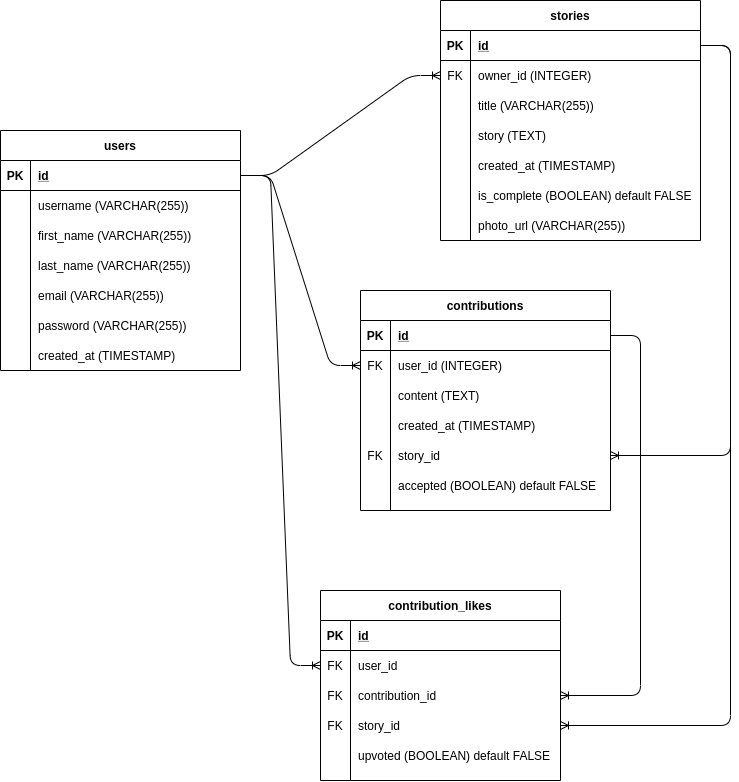
This is ERD.png from RongxinZhang/story-creator, a draw.io export, as it was before one commit. Source tidied: cells renumbered, new cells last; positions are measured from the earlier drawing's top-left corner, leaving out a move shared by most shapes.
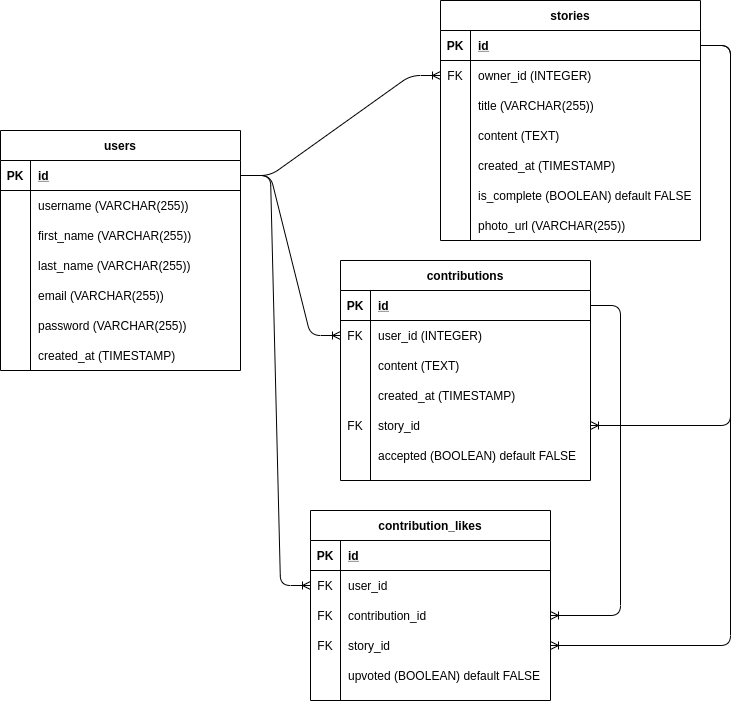
The same file after the commit.

Diff of the diagram source:
```diff
@@ -122,7 +122,7 @@
     <mxCell id="41" style="shape=partialRectangle;fillColor=none;top=0;left=0;bottom=0;right=0;overflow=hidden;" parent="40" vertex="1">
       <mxGeometry width="30" height="30" as="geometry" />
     </mxCell>
-    <mxCell id="42" value="story (TEXT)" style="shape=partialRectangle;fillColor=none;top=0;left=0;bottom=0;right=0;align=left;spacingLeft=6;overflow=hidden;" parent="40" vertex="1">
+    <mxCell id="42" value="content (TEXT)" style="shape=partialRectangle;fillColor=none;top=0;left=0;bottom=0;right=0;align=left;spacingLeft=6;overflow=hidden;" parent="40" vertex="1">
       <mxGeometry x="30" width="230" height="30" as="geometry" />
     </mxCell>
     <mxCell id="43" style="shape=partialRectangle;fillColor=none;top=0;left=0;bottom=0;right=0;" parent="30" vertex="1">
@@ -153,7 +153,7 @@
       <mxGeometry x="30" width="230" height="30" as="geometry" />
     </mxCell>
     <mxCell id="52" value="contributions" style="shape=table;startSize=30;rowLines=0;fontStyle=1;align=center;" parent="1" vertex="1">
-      <mxGeometry x="360" y="290" width="250" height="220" as="geometry" />
+      <mxGeometry x="340" y="260" width="250" height="220" as="geometry" />
     </mxCell>
     <mxCell id="53" style="shape=partialRectangle;fillColor=none;top=0;left=0;bottom=1;right=0;points=[[0,0.5],[1,0.5]];portConstraint=eastwest;" parent="52" vertex="1">
       <mxGeometry y="30" width="250" height="30" as="geometry" />
@@ -210,7 +210,7 @@
       <mxGeometry x="30" width="220" height="30" as="geometry" />
     </mxCell>
     <mxCell id="71" value="contribution_likes" style="shape=table;startSize=30;rowLines=0;fontStyle=1;align=center;" parent="1" vertex="1">
-      <mxGeometry x="320" y="590" width="240" height="190" as="geometry" />
+      <mxGeometry x="310" y="510" width="240" height="190" as="geometry" />
     </mxCell>
     <mxCell id="72" style="shape=partialRectangle;fillColor=none;top=0;left=0;bottom=1;right=0;" parent="71" vertex="1">
       <mxGeometry y="30" width="240" height="30" as="geometry" />
```
